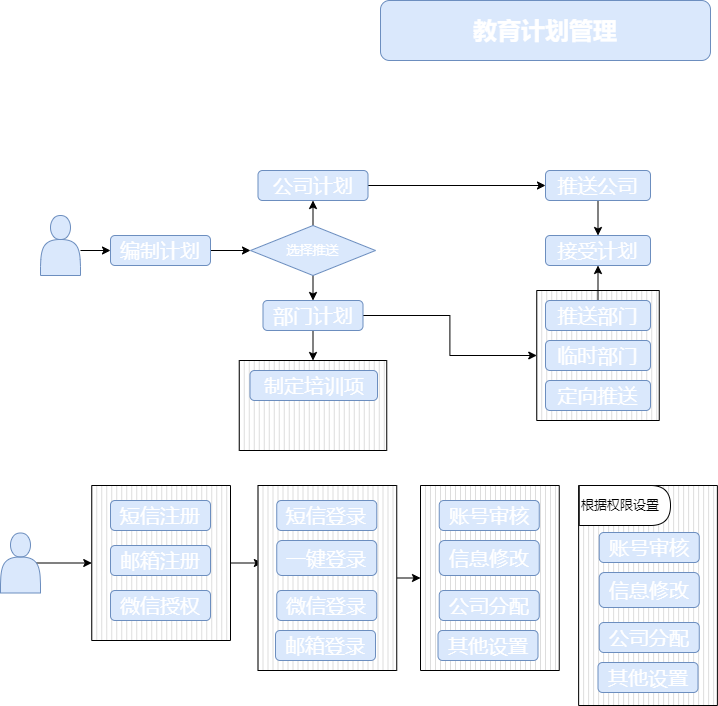
Before: Untitled Diagram.drawio.png, a diagram exported from draw.io (lenonjone/Toolkits). Source tidied: cells renumbered, new cells last; positions are measured from the earlier drawing's top-left corner, leaving out a move shared by most shapes.
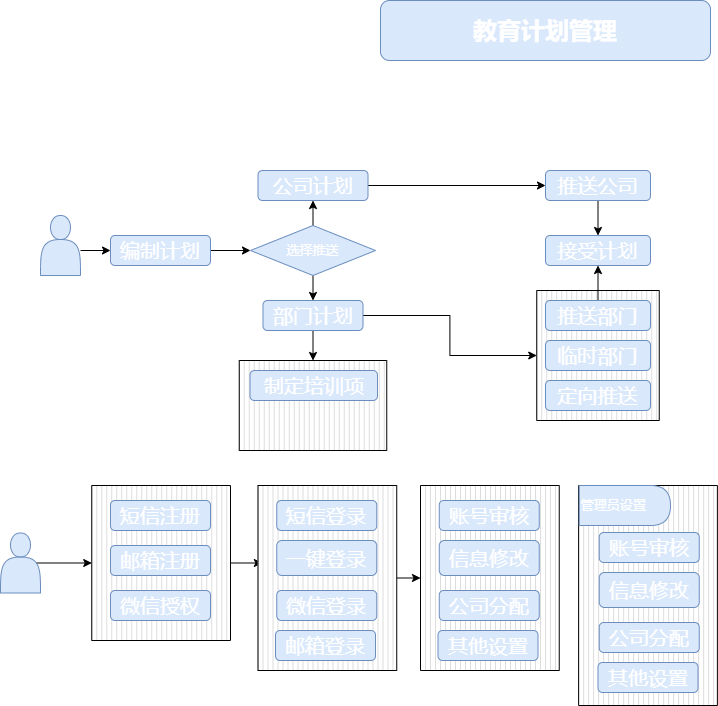
After the commit.

Diff of the diagram source:
```diff
@@ -142,7 +142,7 @@
     <mxCell id="47" value="其他设置" style="rounded=1;whiteSpace=wrap;html=1;fillColor=#dae8fc;strokeColor=#6c8ebf;fontColor=#FFFFFF;fontStyle=0;fontSize=20;" parent="1" vertex="1">
       <mxGeometry x="597.5" y="662" width="100" height="30" as="geometry" />
     </mxCell>
-    <mxCell id="48" value="根据权限设置" style="shape=delay;whiteSpace=wrap;html=1;fontSize=13;fontColor=#000000;align=left;" parent="1" vertex="1">
+    <mxCell id="48" value="管理员设置" style="shape=delay;whiteSpace=wrap;html=1;fontSize=13;align=left;fillColor=#dae8fc;strokeColor=#6c8ebf;fontColor=#FFFFFF;" parent="1" vertex="1">
       <mxGeometry x="578.8" y="485" width="91.2" height="40" as="geometry" />
     </mxCell>
   </root>
```
